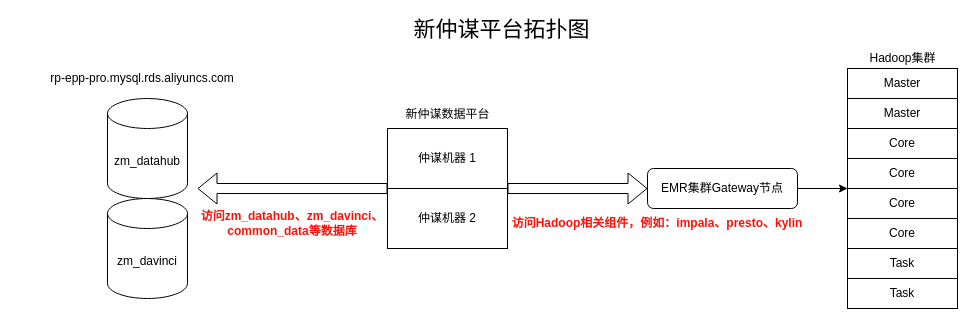
Earlier version of the draw.io diagram pet_data_warehouse/仲谋数据平台.drawio (fangzheng0518/draw). Source tidied: cells renumbered, new cells numbered last; positions are measured from the earlier drawing's top-left corner, leaving out a move shared by most shapes. Both pictures are drawn from the tidied source at 100%, with x=0, y=0 at pixel (17, 20).
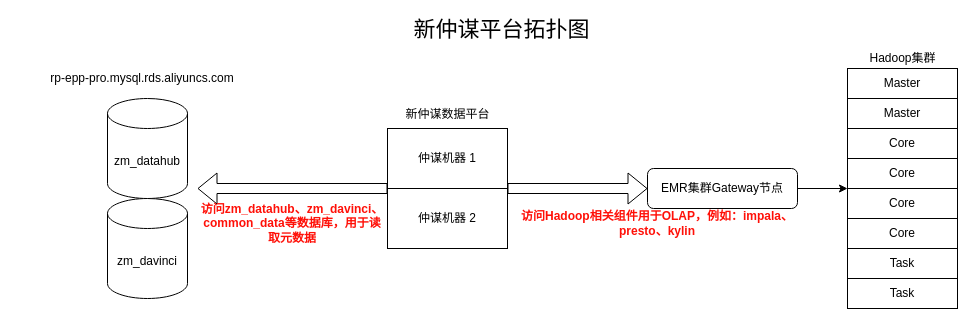
After the change.

Commit message (it also covers changes not shown here):
更新仲谋数据平台.drawio

The edit, as a diff of the source:
```diff
@@
-    <mxCell id="24" value="&lt;font color=&quot;#ff1008&quot;&gt;&lt;b&gt;访问Hadoop相关组件，例如：impala、presto、kylin&lt;/b&gt;&lt;/font&gt;" style="text;html=1;strokeColor=none;fillColor=none;align=center;verticalAlign=middle;whiteSpace=wrap;rounded=0;" parent="1" vertex="1">
+    <mxCell id="24" value="&lt;font color=&quot;#ff1008&quot;&gt;&lt;b&gt;访问Hadoop相关组件用于OLAP，例如：impala、presto、kylin&lt;/b&gt;&lt;/font&gt;" style="text;html=1;strokeColor=none;fillColor=none;align=center;verticalAlign=middle;whiteSpace=wrap;rounded=0;" parent="1" vertex="1">
       <mxGeometry x="480" y="188" width="320" height="30" as="geometry" />
     </mxCell>
-    <mxCell id="25" value="&lt;font color=&quot;#ff1008&quot;&gt;&lt;b&gt;访问zm_datahub、zm_davinci、common_data等数据库&lt;/b&gt;&lt;/font&gt;" style="text;html=1;strokeColor=none;fillColor=none;align=center;verticalAlign=middle;whiteSpace=wrap;rounded=0;" parent="1" vertex="1">
+    <mxCell id="25" value="&lt;font color=&quot;#ff1008&quot;&gt;&lt;b&gt;访问zm_datahub、zm_davinci、common_data等数据库，用于读取元数据&lt;/b&gt;&lt;/font&gt;" style="text;html=1;strokeColor=none;fillColor=none;align=center;verticalAlign=middle;whiteSpace=wrap;rounded=0;" parent="1" vertex="1">
       <mxGeometry x="180" y="188" width="190" height="30" as="geometry" />
     </mxCell>
```
